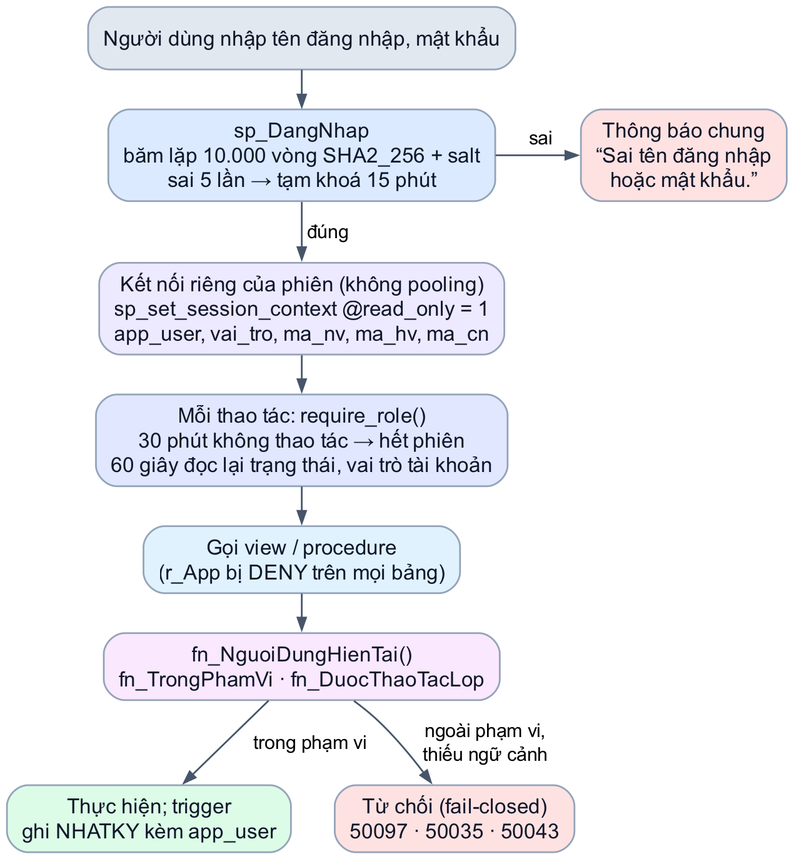
Earlier version of the Graphviz export report/images/ch3/xac-thuc-phien.png (nhutruong-uit/ecms). Its source is kept beside it as report/images/ch3/xac-thuc-phien.dot. Its diagram source:
```dot
digraph XacThucPhien {
  rankdir=TB; nodesep=0.35; ranksep=0.3; fontname="Arial"; bgcolor="white";
  node [fontname="Arial", fontsize=12, shape=box, style="filled,rounded", color="#94a3b8", fillcolor="#f1f5f9",
        fontcolor="#0f172a", margin="0.12,0.07"];
  edge [fontname="Arial", fontsize=11, color="#475569", arrowsize=0.7];

  dn   [label="Người dùng nhập tên đăng nhập, mật khẩu", fillcolor="#e2e8f0"];
  sp   [label="sp_DangNhap\nbăm lặp 10.000 vòng SHA2_256 + salt\nsai 5 lần → tạm khoá 15 phút", fillcolor="#dbeafe"];
  sai  [label="Thông báo chung\n“Sai tên đăng nhập\nhoặc mật khẩu.”", fillcolor="#fee2e2"];
  ctx  [label="Kết nối riêng của phiên (không pooling)\nsp_set_session_context @read_only = 1\napp_user, vai_tro, ma_nv, ma_hv, ma_cn", fillcolor="#ede9fe"];
  req  [label="Mỗi thao tác: require_role()\n30 phút không thao tác → hết phiên\n60 giây đọc lại trạng thái, vai trò tài khoản", fillcolor="#e0e7ff"];
  obj  [label="Gọi view / procedure\n(r_App bị DENY trên mọi bảng)", fillcolor="#e0f2fe"];
  fn   [label="fn_NguoiDungHienTai()\nfn_TrongPhamVi · fn_DuocThaoTacLop", fillcolor="#fae8ff"];
  ok   [label="Thực hiện; trigger\nghi NHATKY kèm app_user", fillcolor="#dcfce7"];
  tc   [label="Từ chối (fail-closed)\n50097 · 50035 · 50043", fillcolor="#fee2e2"];

  dn -> sp;
  sp -> sai [label=" sai"];
  sp -> ctx [label=" đúng"];
  ctx -> req -> obj -> fn;
  fn -> ok [label=" trong phạm vi"];
  fn -> tc [label=" ngoài phạm vi,\n thiếu ngữ cảnh"];
  {rank=same; sp; sai}
  {rank=same; ok; tc}
}
```
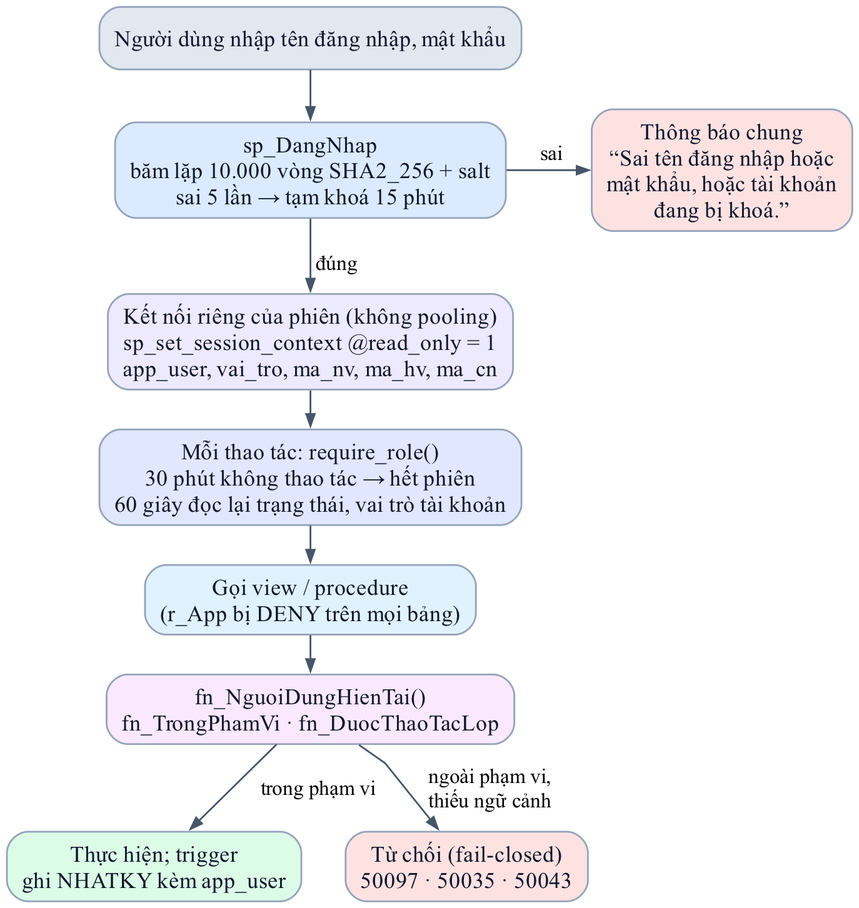
Later version of the same file.

Change to the diagram source:
```diff
@@ -1,12 +1,13 @@
 digraph XacThucPhien {
-  rankdir=TB; nodesep=0.35; ranksep=0.3; fontname="Arial"; bgcolor="white";
-  node [fontname="Arial", fontsize=12, shape=box, style="filled,rounded", color="#94a3b8", fillcolor="#f1f5f9",
+  splines=polyline;
+  rankdir=TB; nodesep=0.35; ranksep=0.3; fontname="Times New Roman,"; bgcolor="white";
+  node [fontname="Times New Roman,", fontsize=13, shape=box, style="filled,rounded", color="#94a3b8", fillcolor="#f1f5f9",
         fontcolor="#0f172a", margin="0.12,0.07"];
-  edge [fontname="Arial", fontsize=11, color="#475569", arrowsize=0.7];
+  edge [fontname="Times New Roman,", fontsize=12, color="#475569", arrowsize=0.7];
 
   dn   [label="Người dùng nhập tên đăng nhập, mật khẩu", fillcolor="#e2e8f0"];
   sp   [label="sp_DangNhap\nbăm lặp 10.000 vòng SHA2_256 + salt\nsai 5 lần → tạm khoá 15 phút", fillcolor="#dbeafe"];
-  sai  [label="Thông báo chung\n“Sai tên đăng nhập\nhoặc mật khẩu.”", fillcolor="#fee2e2"];
+  sai  [label="Thông báo chung\n“Sai tên đăng nhập hoặc\nmật khẩu, hoặc tài khoản\nđang bị khoá.”", fillcolor="#fee2e2"];
   ctx  [label="Kết nối riêng của phiên (không pooling)\nsp_set_session_context @read_only = 1\napp_user, vai_tro, ma_nv, ma_hv, ma_cn", fillcolor="#ede9fe"];
   req  [label="Mỗi thao tác: require_role()\n30 phút không thao tác → hết phiên\n60 giây đọc lại trạng thái, vai trò tài khoản", fillcolor="#e0e7ff"];
   obj  [label="Gọi view / procedure\n(r_App bị DENY trên mọi bảng)", fillcolor="#e0f2fe"];
```
